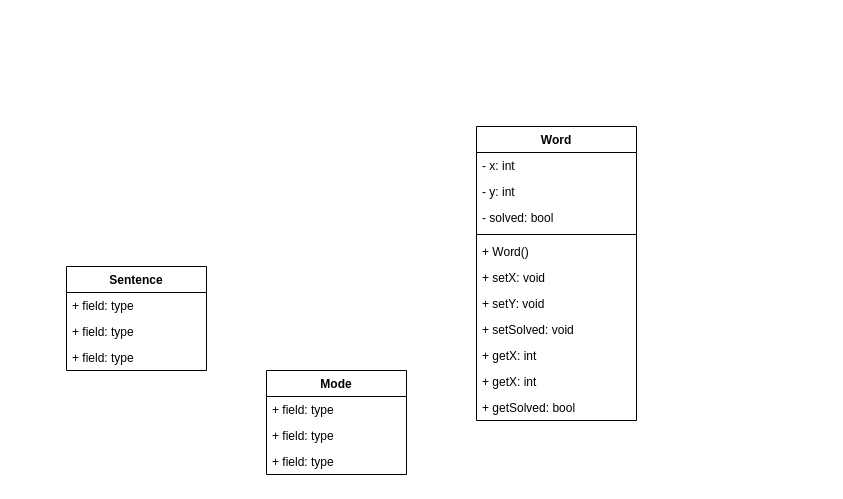
Above: EnglishTypingGame.drawio in qaz5823091/EnglishTypingGame (draw.io), before the change. Source tidied: cells renumbered, new cells numbered last; positions are measured from the earlier drawing's top-left corner, leaving out a move shared by most shapes. Both pictures are drawn from the tidied source at 100%, with x=0, y=0 at pixel (66, 126).
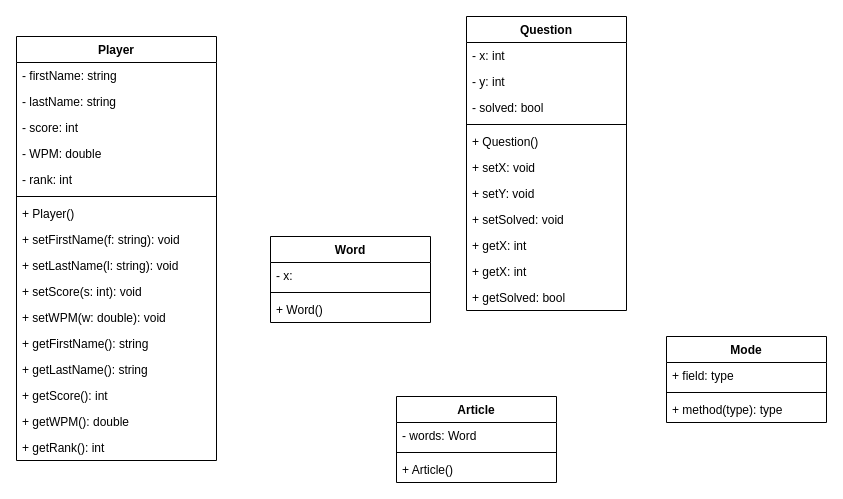
Above is the later version.

Commit message:
update Word, Article, Player, Mode class

Change to the diagram source:
```diff
@@
-    <mxCell id="2" value="Word" style="swimlane;fontStyle=1;align=center;verticalAlign=top;horizontal=1;startSize=26;" parent="1" vertex="1">
-      <mxGeometry x="410" width="160" height="294" as="geometry" />
+    <mxCell id="2" value="Question" style="swimlane;fontStyle=1;align=center;verticalAlign=top;horizontal=1;startSize=26;" parent="1" vertex="1">
+      <mxGeometry x="400" y="-110" width="160" height="294" as="geometry" />
     </mxCell>
@@
-    <mxCell id="7" value="+ Word()" style="text;strokeColor=none;fillColor=none;align=left;verticalAlign=top;spacingLeft=4;spacingRight=4;overflow=hidden;" parent="2" vertex="1">
+    <mxCell id="7" value="+ Question()" style="text;strokeColor=none;fillColor=none;align=left;verticalAlign=top;spacingLeft=4;spacingRight=4;overflow=hidden;" parent="2" vertex="1">
       <mxGeometry y="112" width="160" height="26" as="geometry" />
     </mxCell>
@@
-    <mxCell id="14" value="Sentence" style="swimlane;fontStyle=1;horizontal=1;startSize=26;fillColor=none;" parent="1" vertex="1">
-      <mxGeometry y="140" width="140" height="104" as="geometry" />
-    </mxCell>
-    <mxCell id="15" value="+ field: type" style="text;strokeColor=none;fillColor=none;align=left;verticalAlign=top;spacingLeft=4;spacingRight=4;overflow=hidden;" parent="14" vertex="1">
-      <mxGeometry y="26" width="140" height="26" as="geometry" />
-    </mxCell>
-    <mxCell id="16" value="+ field: type" style="text;strokeColor=none;fillColor=none;align=left;verticalAlign=top;spacingLeft=4;spacingRight=4;overflow=hidden;" parent="14" vertex="1">
-      <mxGeometry y="52" width="140" height="26" as="geometry" />
-    </mxCell>
-    <mxCell id="17" value="+ field: type" style="text;strokeColor=none;fillColor=none;align=left;verticalAlign=top;spacingLeft=4;spacingRight=4;overflow=hidden;" parent="14" vertex="1">
-      <mxGeometry y="78" width="140" height="26" as="geometry" />
-    </mxCell>
+    <mxCell id="22" value="Player" style="swimlane;fontStyle=1;align=center;verticalAlign=top;horizontal=1;startSize=26;" parent="1" vertex="1">
+      <mxGeometry x="-50" y="-90" width="200" height="424" as="geometry" />
+    </mxCell>
+    <mxCell id="23" value="- firstName: string" style="text;strokeColor=none;fillColor=none;align=left;verticalAlign=top;spacingLeft=4;spacingRight=4;overflow=hidden;" parent="22" vertex="1">
+      <mxGeometry y="26" width="200" height="26" as="geometry" />
+    </mxCell>
+    <mxCell id="24" value="- lastName: string" style="text;strokeColor=none;fillColor=none;align=left;verticalAlign=top;spacingLeft=4;spacingRight=4;overflow=hidden;" parent="22" vertex="1">
+      <mxGeometry y="52" width="200" height="26" as="geometry" />
+    </mxCell>
+    <mxCell id="25" value="- score: int" style="text;strokeColor=none;fillColor=none;align=left;verticalAlign=top;spacingLeft=4;spacingRight=4;overflow=hidden;" parent="22" vertex="1">
+      <mxGeometry y="78" width="200" height="26" as="geometry" />
+    </mxCell>
+    <mxCell id="26" value="- WPM: double" style="text;strokeColor=none;fillColor=none;align=left;verticalAlign=top;spacingLeft=4;spacingRight=4;overflow=hidden;" parent="22" vertex="1">
+      <mxGeometry y="104" width="200" height="26" as="geometry" />
+    </mxCell>
+    <mxCell id="27" value="- rank: int" style="text;strokeColor=none;fillColor=none;align=left;verticalAlign=top;spacingLeft=4;spacingRight=4;overflow=hidden;" parent="22" vertex="1">
+      <mxGeometry y="130" width="200" height="26" as="geometry" />
+    </mxCell>
+    <mxCell id="28" style="line;strokeWidth=1;fillColor=none;align=left;verticalAlign=middle;spacingTop=-1;spacingLeft=3;spacingRight=3;labelPosition=right;" parent="22" vertex="1">
+      <mxGeometry y="156" width="200" height="8" as="geometry" />
+    </mxCell>
+    <mxCell id="29" value="+ Player()" style="text;strokeColor=none;fillColor=none;align=left;verticalAlign=top;spacingLeft=4;spacingRight=4;overflow=hidden;" parent="22" vertex="1">
+      <mxGeometry y="164" width="200" height="26" as="geometry" />
+    </mxCell>
+    <mxCell id="30" value="+ setFirstName(f: string): void" style="text;strokeColor=none;fillColor=none;align=left;verticalAlign=top;spacingLeft=4;spacingRight=4;overflow=hidden;" parent="22" vertex="1">
+      <mxGeometry y="190" width="200" height="26" as="geometry" />
+    </mxCell>
+    <mxCell id="31" value="+ setLastName(l: string): void" style="text;strokeColor=none;fillColor=none;align=left;verticalAlign=top;spacingLeft=4;spacingRight=4;overflow=hidden;" parent="22" vertex="1">
+      <mxGeometry y="216" width="200" height="26" as="geometry" />
+    </mxCell>
+    <mxCell id="32" value="+ setScore(s: int): void" style="text;strokeColor=none;fillColor=none;align=left;verticalAlign=top;spacingLeft=4;spacingRight=4;overflow=hidden;" parent="22" vertex="1">
+      <mxGeometry y="242" width="200" height="26" as="geometry" />
+    </mxCell>
+    <mxCell id="33" value="+ setWPM(w: double): void" style="text;strokeColor=none;fillColor=none;align=left;verticalAlign=top;spacingLeft=4;spacingRight=4;overflow=hidden;" parent="22" vertex="1">
+      <mxGeometry y="268" width="200" height="26" as="geometry" />
+    </mxCell>
+    <mxCell id="34" value="+ getFirstName(): string" style="text;strokeColor=none;fillColor=none;align=left;verticalAlign=top;spacingLeft=4;spacingRight=4;overflow=hidden;" parent="22" vertex="1">
+      <mxGeometry y="294" width="200" height="26" as="geometry" />
+    </mxCell>
+    <mxCell id="35" value="+ getLastName(): string" style="text;strokeColor=none;fillColor=none;align=left;verticalAlign=top;spacingLeft=4;spacingRight=4;overflow=hidden;" parent="22" vertex="1">
+      <mxGeometry y="320" width="200" height="26" as="geometry" />
+    </mxCell>
+    <mxCell id="36" value="+ getScore(): int" style="text;strokeColor=none;fillColor=none;align=left;verticalAlign=top;spacingLeft=4;spacingRight=4;overflow=hidden;" parent="22" vertex="1">
+      <mxGeometry y="346" width="200" height="26" as="geometry" />
+    </mxCell>
+    <mxCell id="37" value="+ getWPM(): double" style="text;strokeColor=none;fillColor=none;align=left;verticalAlign=top;spacingLeft=4;spacingRight=4;overflow=hidden;" parent="22" vertex="1">
+      <mxGeometry y="372" width="200" height="26" as="geometry" />
+    </mxCell>
+    <mxCell id="38" value="+ getRank(): int" style="text;strokeColor=none;fillColor=none;align=left;verticalAlign=top;spacingLeft=4;spacingRight=4;overflow=hidden;" parent="22" vertex="1">
+      <mxGeometry y="398" width="200" height="26" as="geometry" />
+    </mxCell>
-    <mxCell id="18" value="Mode" style="swimlane;fontStyle=1;horizontal=1;startSize=26;fillColor=none;" parent="1" vertex="1">
-      <mxGeometry x="200" y="244" width="140" height="104" as="geometry" />
+    <mxCell id="18" value="Mode" style="swimlane;fontStyle=1;align=center;verticalAlign=top;horizontal=1;startSize=26;" parent="1" vertex="1">
+      <mxGeometry x="600" y="210" width="160" height="86" as="geometry" />
     </mxCell>
-    <mxCell id="19" value="+ field: type" style="text;strokeColor=none;fillColor=none;align=left;verticalAlign=top;spacingLeft=4;spacingRight=4;overflow=hidden;" parent="18" vertex="1">
-      <mxGeometry y="26" width="140" height="26" as="geometry" />
-    </mxCell>
-    <mxCell id="20" value="+ field: type" style="text;strokeColor=none;fillColor=none;align=left;verticalAlign=top;spacingLeft=4;spacingRight=4;overflow=hidden;" parent="18" vertex="1">
-      <mxGeometry y="52" width="140" height="26" as="geometry" />
-    </mxCell>
-    <mxCell id="21" value="+ field: type" style="text;strokeColor=none;fillColor=none;align=left;verticalAlign=top;spacingLeft=4;spacingRight=4;overflow=hidden;" parent="18" vertex="1">
-      <mxGeometry y="78" width="140" height="26" as="geometry" />
-    </mxCell>
+    <mxCell id="39" value="+ field: type" style="text;strokeColor=none;fillColor=none;align=left;verticalAlign=top;spacingLeft=4;spacingRight=4;overflow=hidden;" parent="18" vertex="1">
+      <mxGeometry y="26" width="160" height="26" as="geometry" />
+    </mxCell>
+    <mxCell id="40" style="line;strokeWidth=1;fillColor=none;align=left;verticalAlign=middle;spacingTop=-1;spacingLeft=3;spacingRight=3;labelPosition=right;" parent="18" vertex="1">
+      <mxGeometry y="52" width="160" height="8" as="geometry" />
+    </mxCell>
+    <mxCell id="41" value="+ method(type): type" style="text;strokeColor=none;fillColor=none;align=left;verticalAlign=top;spacingLeft=4;spacingRight=4;overflow=hidden;" parent="18" vertex="1">
+      <mxGeometry y="60" width="160" height="26" as="geometry" />
+    </mxCell>
+    <mxCell id="42" value="Article" style="swimlane;fontStyle=1;align=center;verticalAlign=top;horizontal=1;startSize=26;" parent="1" vertex="1">
+      <mxGeometry x="330" y="270" width="160" height="86" as="geometry" />
+    </mxCell>
+    <mxCell id="43" value="- words: Word" style="text;strokeColor=none;fillColor=none;align=left;verticalAlign=top;spacingLeft=4;spacingRight=4;overflow=hidden;" parent="42" vertex="1">
+      <mxGeometry y="26" width="160" height="26" as="geometry" />
+    </mxCell>
+    <mxCell id="44" style="line;strokeWidth=1;fillColor=none;align=left;verticalAlign=middle;spacingTop=-1;spacingLeft=3;spacingRight=3;labelPosition=right;" parent="42" vertex="1">
+      <mxGeometry y="52" width="160" height="8" as="geometry" />
+    </mxCell>
+    <mxCell id="45" value="+ Article()" style="text;strokeColor=none;fillColor=none;align=left;verticalAlign=top;spacingLeft=4;spacingRight=4;overflow=hidden;" parent="42" vertex="1">
+      <mxGeometry y="60" width="160" height="26" as="geometry" />
+    </mxCell>
+    <mxCell id="46" value="Word" style="swimlane;fontStyle=1;align=center;verticalAlign=top;horizontal=1;startSize=26;" parent="1" vertex="1">
+      <mxGeometry x="204" y="110" width="160" height="86" as="geometry" />
+    </mxCell>
+    <mxCell id="47" value="- x:" style="text;strokeColor=none;fillColor=none;align=left;verticalAlign=top;spacingLeft=4;spacingRight=4;overflow=hidden;" parent="46" vertex="1">
+      <mxGeometry y="26" width="160" height="26" as="geometry" />
+    </mxCell>
+    <mxCell id="48" style="line;strokeWidth=1;fillColor=none;align=left;verticalAlign=middle;spacingTop=-1;spacingLeft=3;spacingRight=3;labelPosition=right;" parent="46" vertex="1">
+      <mxGeometry y="52" width="160" height="8" as="geometry" />
+    </mxCell>
+    <mxCell id="49" value="+ Word()" style="text;strokeColor=none;fillColor=none;align=left;verticalAlign=top;spacingLeft=4;spacingRight=4;overflow=hidden;" parent="46" vertex="1">
+      <mxGeometry y="60" width="160" height="26" as="geometry" />
+    </mxCell>
```
